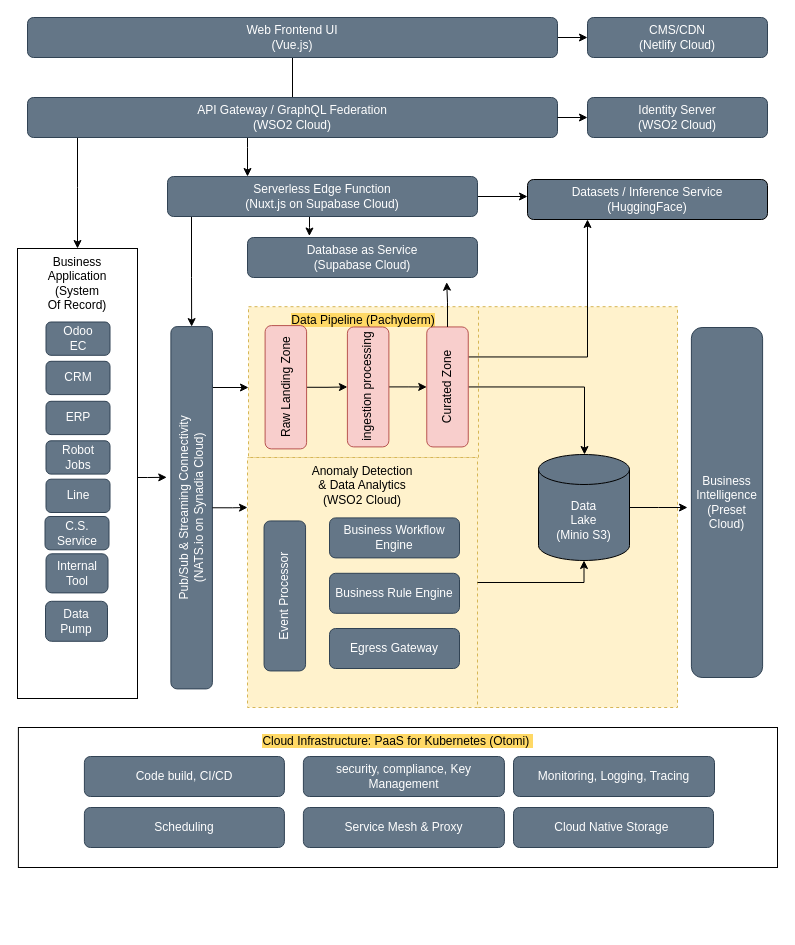
The draw.io diagram master.drawio in man-chi/kata, before the edit. Source tidied: cells renumbered, new cells numbered last; positions are measured from the earlier drawing's top-left corner, leaving out a move shared by most shapes. Both pictures are drawn from the tidied source at 100%, with x=0, y=0 at pixel (10, 17).
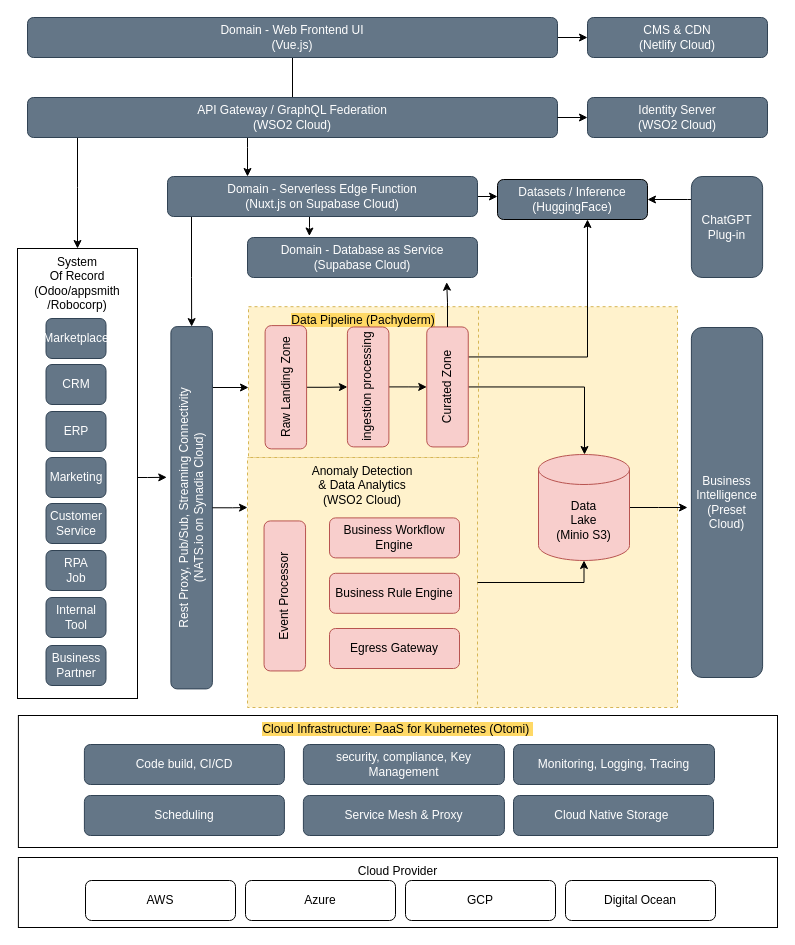
The same page after the edit.

The change refers to these unchanged cells:
```xml
<mxCell id="33" value="Curated Zone" style="rounded=1;whiteSpace=wrap;html=1;fillColor=#f8cecc;strokeColor=#b85450;rotation=-90;" parent="1" vertex="1">
  <mxGeometry x="377" y="348.7" width="120" height="41.5" as="geometry" />
</mxCell>
```

Diff of the diagram source:
```diff
@@
     <mxCell id="2" value="&lt;span style=&quot;background-color: rgb(255, 217, 102);&quot;&gt;Cloud Infrastructure: PaaS for Kubernetes (Otomi)&amp;nbsp;&lt;/span&gt;" style="rounded=0;whiteSpace=wrap;html=1;align=center;verticalAlign=top;" parent="1" vertex="1">
-      <mxGeometry x="7.9" y="710" width="759.1" height="140" as="geometry" />
+      <mxGeometry x="7.9" y="698" width="759.1" height="132" as="geometry" />
     </mxCell>
@@
-    <mxCell id="8" value="Web Frontend UI&lt;br&gt;(Vue.js)" style="rounded=1;whiteSpace=wrap;html=1;fillColor=#647687;strokeColor=#314354;fontColor=#ffffff;" parent="1" vertex="1">
+    <mxCell id="8" value="Domain - Web Frontend UI&lt;br&gt;(Vue.js)" style="rounded=1;whiteSpace=wrap;html=1;fillColor=#647687;strokeColor=#314354;fontColor=#ffffff;" parent="1" vertex="1">
       <mxGeometry x="17" width="530" height="40" as="geometry" />
     </mxCell>
@@
-    <mxCell id="13" value="Business&lt;br&gt;Application&lt;br&gt;(System&lt;br&gt;Of Record)" style="rounded=0;whiteSpace=wrap;html=1;align=center;verticalAlign=top;" parent="1" vertex="1">
+    <mxCell id="13" value="System&lt;br&gt;Of Record&lt;br&gt;(Odoo/appsmith&lt;br&gt;/Robocorp)" style="rounded=0;whiteSpace=wrap;html=1;align=center;verticalAlign=top;" parent="1" vertex="1">
       <mxGeometry x="7" y="231" width="120" height="450" as="geometry" />
     </mxCell>
-    <mxCell id="14" value="C.S. Service" style="rounded=1;whiteSpace=wrap;html=1;fillColor=#647687;strokeColor=#314354;fontColor=#ffffff;" parent="13" vertex="1">
-      <mxGeometry x="27.5" y="268" width="64" height="33.3" as="geometry" />
+    <mxCell id="14" value="RPA&lt;br&gt;Job" style="rounded=1;whiteSpace=wrap;html=1;fillColor=#647687;strokeColor=#314354;fontColor=#ffffff;" parent="13" vertex="1">
+      <mxGeometry x="28.5" y="302" width="60" height="40" as="geometry" />
     </mxCell>
-    <mxCell id="15" value="Odoo&lt;br&gt;EC" style="rounded=1;whiteSpace=wrap;html=1;fillColor=#647687;strokeColor=#314354;fontColor=#ffffff;" parent="13" vertex="1">
-      <mxGeometry x="28.5" y="73.5" width="64" height="33.3" as="geometry" />
+    <mxCell id="15" value="Marketplace" style="rounded=1;whiteSpace=wrap;html=1;fillColor=#647687;strokeColor=#314354;fontColor=#ffffff;" parent="13" vertex="1">
+      <mxGeometry x="28.5" y="70" width="60" height="40" as="geometry" />
     </mxCell>
     <mxCell id="16" value="CRM" style="rounded=1;whiteSpace=wrap;html=1;fillColor=#647687;strokeColor=#314354;fontColor=#ffffff;" parent="13" vertex="1">
-      <mxGeometry x="28.5" y="112.8" width="64" height="33.3" as="geometry" />
+      <mxGeometry x="28.5" y="116" width="60" height="40" as="geometry" />
     </mxCell>
     <mxCell id="17" value="ERP" style="rounded=1;whiteSpace=wrap;html=1;fillColor=#647687;strokeColor=#314354;fontColor=#ffffff;" parent="13" vertex="1">
-      <mxGeometry x="28.5" y="152.8" width="64" height="33.3" as="geometry" />
+      <mxGeometry x="28.5" y="163" width="60" height="40" as="geometry" />
     </mxCell>
-    <mxCell id="18" value="Robot&lt;br style=&quot;border-color: var(--border-color);&quot;&gt;Jobs" style="rounded=1;whiteSpace=wrap;html=1;fillColor=#647687;strokeColor=#314354;fontColor=#ffffff;" parent="13" vertex="1">
-      <mxGeometry x="28.5" y="192.3" width="64" height="33.3" as="geometry" />
+    <mxCell id="18" value="Marketing" style="rounded=1;whiteSpace=wrap;html=1;fillColor=#647687;strokeColor=#314354;fontColor=#ffffff;" parent="13" vertex="1">
+      <mxGeometry x="28.5" y="209" width="60" height="40" as="geometry" />
     </mxCell>
-    <mxCell id="19" value="Line" style="rounded=1;whiteSpace=wrap;html=1;fillColor=#647687;strokeColor=#314354;fontColor=#ffffff;" parent="13" vertex="1">
-      <mxGeometry x="28.5" y="230.7" width="64" height="33.3" as="geometry" />
+    <mxCell id="19" value="Customer&lt;br&gt;Service" style="rounded=1;whiteSpace=wrap;html=1;fillColor=#647687;strokeColor=#314354;fontColor=#ffffff;" parent="13" vertex="1">
+      <mxGeometry x="28.5" y="255" width="60" height="40" as="geometry" />
     </mxCell>
     <mxCell id="20" value="Internal&lt;br&gt;Tool" style="rounded=1;whiteSpace=wrap;html=1;fillColor=#647687;strokeColor=#314354;fontColor=#ffffff;" parent="13" vertex="1">
-      <mxGeometry x="28.5" y="305.3" width="62" height="39.1" as="geometry" />
+      <mxGeometry x="28.5" y="349" width="60" height="40" as="geometry" />
     </mxCell>
+    <mxCell id="44" value="Business&lt;br&gt;Partner" style="rounded=1;whiteSpace=wrap;html=1;fillColor=#647687;strokeColor=#314354;fontColor=#ffffff;" parent="13" vertex="1">
+      <mxGeometry x="28.5" y="397" width="60" height="40" as="geometry" />
+    </mxCell>
@@
-    <mxCell id="22" value="Pub/Sub &amp;amp; Streaming Connectivity &lt;br&gt;(NATS.io on Synadia Cloud)" style="rounded=1;whiteSpace=wrap;html=1;fillColor=#647687;strokeColor=#314354;fontColor=#ffffff;rotation=-90;" parent="1" vertex="1">
+    <mxCell id="22" value="Rest Proxy, Pub/Sub, Streaming Connectivity &lt;br&gt;(NATS.io on Synadia Cloud)" style="rounded=1;whiteSpace=wrap;html=1;fillColor=#647687;strokeColor=#314354;fontColor=#ffffff;rotation=-90;" parent="1" vertex="1">
       <mxGeometry y="469.5" width="362.3" height="41.5" as="geometry" />
     </mxCell>
@@
-    <mxCell id="25" value="Serverless Edge Function&lt;br&gt;(Nuxt.js on Supabase Cloud)" style="rounded=1;whiteSpace=wrap;html=1;fillColor=#647687;strokeColor=#314354;fontColor=#ffffff;" parent="1" vertex="1">
+    <mxCell id="25" value="Domain - Serverless Edge Function&lt;br&gt;(Nuxt.js on Supabase Cloud)" style="rounded=1;whiteSpace=wrap;html=1;fillColor=#647687;strokeColor=#314354;fontColor=#ffffff;" parent="1" vertex="1">
       <mxGeometry x="157" y="159" width="310" height="40" as="geometry" />
     </mxCell>
-    <mxCell id="26" value="Datasets / Inference Service&lt;br&gt;(HuggingFace)" style="rounded=1;whiteSpace=wrap;html=1;fillColor=#647687;fontColor=#FFFFFF;" parent="1" vertex="1">
-      <mxGeometry x="517" y="162" width="240" height="40" as="geometry" />
+    <mxCell id="26" value="Datasets / Inference&lt;br&gt;(HuggingFace)" style="rounded=1;whiteSpace=wrap;html=1;fillColor=#647687;fontColor=#FFFFFF;" parent="1" vertex="1">
+      <mxGeometry x="487" y="162" width="150" height="40" as="geometry" />
     </mxCell>
@@
-    <mxCell id="32" style="edgeStyle=orthogonalEdgeStyle;rounded=0;jettySize=auto;html=1;entryX=0.25;entryY=1;entryDx=0;entryDy=0;exitX=0.75;exitY=1;exitDx=0;exitDy=0;" parent="1" edge="1" source="33" target="26">
+    <mxCell id="32" style="edgeStyle=orthogonalEdgeStyle;rounded=0;jettySize=auto;html=1;exitX=0.75;exitY=1;exitDx=0;exitDy=0;" parent="1" edge="1" source="33">
       <mxGeometry relative="1" as="geometry">
+        <mxPoint x="577" y="202" as="targetPoint" />
         <Array as="points">
           <mxPoint x="577" y="340" />
         </Array>
       </mxGeometry>
     </mxCell>
@@
-    <mxCell id="34" value="Database as Service&lt;br&gt;(Supabase Cloud)" style="rounded=1;whiteSpace=wrap;html=1;fillColor=#647687;strokeColor=#314354;fontColor=#ffffff;" parent="1" vertex="1">
+    <mxCell id="34" value="Domain - Database as Service&lt;br&gt;(Supabase Cloud)" style="rounded=1;whiteSpace=wrap;html=1;fillColor=#647687;strokeColor=#314354;fontColor=#ffffff;" parent="1" vertex="1">
       <mxGeometry x="237" y="220" width="230" height="40" as="geometry" />
     </mxCell>
@@
-    <mxCell id="36" value="Data&lt;br&gt;Lake&lt;br&gt;(Minio S3)" style="shape=cylinder3;whiteSpace=wrap;html=1;boundedLbl=1;backgroundOutline=1;size=15;fillStyle=auto;fontColor=#FFFFFF;fillColor=#647687;" parent="1" vertex="1">
+    <mxCell id="36" value="Data&lt;br&gt;Lake&lt;br&gt;(Minio S3)" style="shape=cylinder3;whiteSpace=wrap;html=1;boundedLbl=1;backgroundOutline=1;size=15;fillStyle=auto;fillColor=#f8cecc;strokeColor=#b85450;" parent="1" vertex="1">
       <mxGeometry x="528" y="437" width="91" height="106" as="geometry" />
     </mxCell>
-    <mxCell id="37" value="Business Rule Engine" style="rounded=1;whiteSpace=wrap;html=1;fillColor=#647687;strokeColor=#314354;fontColor=#ffffff;" parent="1" vertex="1">
+    <mxCell id="37" value="Business Rule Engine" style="rounded=1;whiteSpace=wrap;html=1;fillColor=#f8cecc;strokeColor=#b85450;" parent="1" vertex="1">
       <mxGeometry x="319" y="555.8" width="130" height="40" as="geometry" />
     </mxCell>
-    <mxCell id="38" value="Business Workflow&lt;br&gt;Engine" style="rounded=1;whiteSpace=wrap;html=1;fillColor=#647687;strokeColor=#314354;fontColor=#ffffff;" parent="1" vertex="1">
+    <mxCell id="38" value="Business Workflow&lt;br&gt;Engine" style="rounded=1;whiteSpace=wrap;html=1;fillColor=#f8cecc;strokeColor=#b85450;" parent="1" vertex="1">
       <mxGeometry x="319" y="500.4" width="130" height="40" as="geometry" />
     </mxCell>
-    <mxCell id="39" value="Event Processor" style="rounded=1;whiteSpace=wrap;html=1;fillColor=#647687;strokeColor=#314354;fontColor=#ffffff;rotation=-90;" parent="1" vertex="1">
+    <mxCell id="39" value="Event Processor" style="rounded=1;whiteSpace=wrap;html=1;fillColor=#f8cecc;strokeColor=#b85450;rotation=-90;" parent="1" vertex="1">
       <mxGeometry x="199.3" y="557.7" width="150" height="41.5" as="geometry" />
     </mxCell>
@@
-    <mxCell id="42" value="Egress Gateway" style="rounded=1;whiteSpace=wrap;html=1;fillColor=#647687;strokeColor=#314354;fontColor=#ffffff;" parent="1" vertex="1">
+    <mxCell id="42" value="Egress Gateway" style="rounded=1;whiteSpace=wrap;html=1;fillColor=#f8cecc;strokeColor=#b85450;" parent="1" vertex="1">
       <mxGeometry x="319" y="611" width="130" height="40" as="geometry" />
     </mxCell>
@@
-    <mxCell id="44" value="Data&lt;br&gt;Pump" style="rounded=1;whiteSpace=wrap;html=1;fillColor=#647687;strokeColor=#314354;fontColor=#ffffff;" parent="1" vertex="1">
-      <mxGeometry x="35" y="583.8" width="62" height="40" as="geometry" />
-    </mxCell>
@@
-    <mxCell id="46" value="CMS/CDN&lt;br&gt;(Netlify Cloud)" style="rounded=1;whiteSpace=wrap;html=1;fillColor=#647687;strokeColor=#314354;fontColor=#ffffff;" parent="1" vertex="1">
+    <mxCell id="46" value="CMS &amp;amp; CDN&lt;br&gt;(Netlify Cloud)" style="rounded=1;whiteSpace=wrap;html=1;fillColor=#647687;strokeColor=#314354;fontColor=#ffffff;" parent="1" vertex="1">
       <mxGeometry x="577" width="180" height="40" as="geometry" />
     </mxCell>
     <mxCell id="47" value="Code build, CI/CD" style="rounded=1;whiteSpace=wrap;html=1;fillColor=#647687;fontColor=#ffffff;strokeColor=#314354;" parent="1" vertex="1">
-      <mxGeometry x="73.9" y="739" width="200" height="40" as="geometry" />
+      <mxGeometry x="73.9" y="727" width="200" height="40" as="geometry" />
     </mxCell>
     <mxCell id="48" value="Cloud Native Storage&amp;nbsp;" style="rounded=1;whiteSpace=wrap;html=1;fillColor=#647687;fontColor=#ffffff;strokeColor=#314354;" parent="1" vertex="1">
-      <mxGeometry x="503" y="790" width="200" height="40" as="geometry" />
+      <mxGeometry x="503" y="778" width="200" height="40" as="geometry" />
     </mxCell>
     <mxCell id="49" value="Monitoring, Logging, Tracing" style="rounded=1;whiteSpace=wrap;html=1;fillColor=#647687;fontColor=#ffffff;strokeColor=#314354;" parent="1" vertex="1">
-      <mxGeometry x="503" y="739" width="201" height="40" as="geometry" />
+      <mxGeometry x="503" y="727" width="201" height="40" as="geometry" />
     </mxCell>
     <mxCell id="50" value="security, compliance, Key Management" style="rounded=1;whiteSpace=wrap;html=1;fillColor=#647687;fontColor=#ffffff;strokeColor=#314354;" parent="1" vertex="1">
-      <mxGeometry x="292.9" y="739" width="201" height="40" as="geometry" />
+      <mxGeometry x="292.9" y="727" width="201" height="40" as="geometry" />
     </mxCell>
     <mxCell id="51" value="Scheduling" style="rounded=1;whiteSpace=wrap;html=1;fillColor=#647687;fontColor=#ffffff;strokeColor=#314354;" parent="1" vertex="1">
-      <mxGeometry x="73.9" y="790" width="200" height="40" as="geometry" />
+      <mxGeometry x="73.9" y="778" width="200" height="40" as="geometry" />
     </mxCell>
     <mxCell id="52" value="Service Mesh &amp;amp; Proxy" style="rounded=1;whiteSpace=wrap;html=1;fillColor=#647687;fontColor=#ffffff;strokeColor=#314354;" parent="1" vertex="1">
-      <mxGeometry x="292.9" y="790" width="201" height="40" as="geometry" />
+      <mxGeometry x="292.9" y="778" width="201" height="40" as="geometry" />
     </mxCell>
@@
+    <mxCell id="57" style="edgeStyle=orthogonalEdgeStyle;rounded=0;jettySize=auto;html=1;" parent="1" edge="1" source="58" target="26">
+      <mxGeometry relative="1" as="geometry">
+        <Array as="points">
+          <mxPoint x="677" y="182" />
+          <mxPoint x="677" y="182" />
+        </Array>
+      </mxGeometry>
+    </mxCell>
+    <mxCell id="58" value="ChatGPT&lt;br&gt;Plug-in" style="rounded=1;whiteSpace=wrap;html=1;fillColor=#647687;strokeColor=#314354;fontColor=#ffffff;" parent="1" vertex="1">
+      <mxGeometry x="680.9" y="159" width="71.2" height="101" as="geometry" />
+    </mxCell>
+    <mxCell id="59" value="&lt;span style=&quot;background-color: rgb(255, 255, 255);&quot;&gt;Cloud Provider&lt;br&gt;&lt;/span&gt;" style="rounded=0;whiteSpace=wrap;html=1;align=center;verticalAlign=top;" parent="1" vertex="1">
+      <mxGeometry x="7.9" y="840" width="759.1" height="70" as="geometry" />
+    </mxCell>
+    <mxCell id="60" value="AWS" style="rounded=1;whiteSpace=wrap;html=1;" parent="1" vertex="1">
+      <mxGeometry x="75" y="863" width="150" height="40" as="geometry" />
+    </mxCell>
+    <mxCell id="61" value="GCP" style="rounded=1;whiteSpace=wrap;html=1;" parent="1" vertex="1">
+      <mxGeometry x="395" y="863" width="150" height="40" as="geometry" />
+    </mxCell>
+    <mxCell id="62" value="Azure" style="rounded=1;whiteSpace=wrap;html=1;" parent="1" vertex="1">
+      <mxGeometry x="235" y="863" width="150" height="40" as="geometry" />
+    </mxCell>
+    <mxCell id="63" value="Digital Ocean" style="rounded=1;whiteSpace=wrap;html=1;" parent="1" vertex="1">
+      <mxGeometry x="555" y="863" width="150" height="40" as="geometry" />
+    </mxCell>
```
